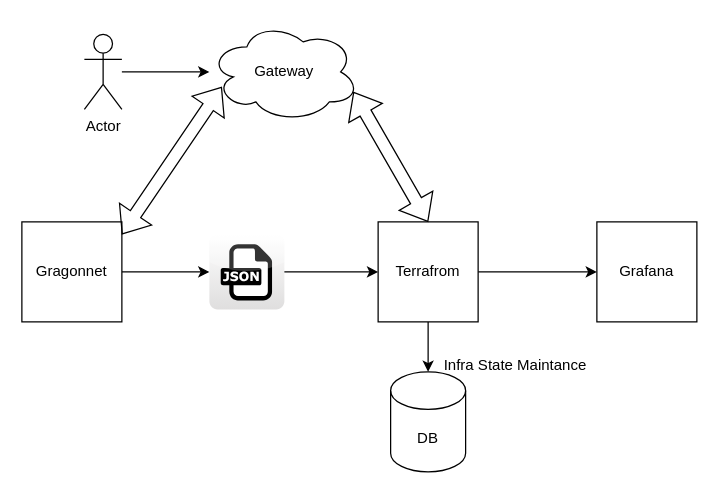
The draw.io diagram Untitled Diagram.drawio in wlwwu/moon.github.io, before the edit. Source tidied: cells renumbered, new cells numbered last; positions are measured from the earlier drawing's top-left corner, leaving out a move shared by most shapes. Both pictures are drawn from the tidied source at 125%, with x=0, y=0 at pixel (21, 21).
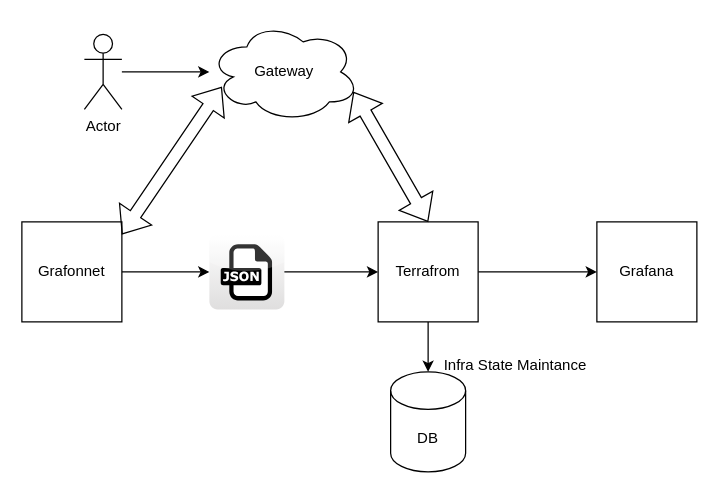
The same diagram, later.

Diff of the diagram source:
```diff
@@
 <mxGraphModel>
   <root>
     <mxCell id="0" />
     <mxCell id="1" parent="0" />
     <mxCell id="2" value="Grafana" style="whiteSpace=wrap;html=1;" parent="1" vertex="1">
       <mxGeometry x="460" y="160" width="80" height="80" as="geometry" />
     </mxCell>
     <mxCell id="3" style="edgeStyle=orthogonalEdgeStyle;rounded=0;jettySize=auto;html=1;" parent="1" edge="1" source="4" target="5">
       <mxGeometry relative="1" as="geometry" />
     </mxCell>
-    <mxCell id="4" value="Gragonnet" style="whiteSpace=wrap;html=1;" parent="1" vertex="1">
+    <mxCell id="4" value="Grafonnet" style="whiteSpace=wrap;html=1;" parent="1" vertex="1">
       <mxGeometry y="160" width="80" height="80" as="geometry" />
     </mxCell>
     <mxCell id="5" style="dashed=0;outlineConnect=0;html=1;align=center;labelPosition=center;verticalLabelPosition=bottom;verticalAlign=top;shape=mxgraph.webicons.json;gradientColor=#DFDEDE;" parent="1" vertex="1">
       <mxGeometry x="150" y="170" width="60" height="60" as="geometry" />
     </mxCell>
     <mxCell id="6" style="edgeStyle=orthogonalEdgeStyle;rounded=0;jettySize=auto;html=1;entryX=0;entryY=0.5;entryDx=0;entryDy=0;" parent="1" edge="1" source="8" target="2">
       <mxGeometry relative="1" as="geometry" />
     </mxCell>
     <mxCell id="7" style="edgeStyle=orthogonalEdgeStyle;rounded=0;jettySize=auto;html=1;exitX=0.5;exitY=1;exitDx=0;exitDy=0;entryX=0.5;entryY=0;entryDx=0;entryDy=0;entryPerimeter=0;" parent="1" edge="1" source="8" target="15">
       <mxGeometry relative="1" as="geometry" />
     </mxCell>
     <mxCell id="8" value="Terrafrom" style="whiteSpace=wrap;html=1;" parent="1" vertex="1">
       <mxGeometry x="285" y="160" width="80" height="80" as="geometry" />
     </mxCell>
     <mxCell id="9" style="endArrow=classic;html=1;rounded=0;entryX=0;entryY=0.5;entryDx=0;entryDy=0;" parent="1" edge="1" source="5" target="8">
       <mxGeometry relative="1" as="geometry" />
     </mxCell>
     <mxCell id="10" value="Gateway" style="ellipse;shape=cloud;whiteSpace=wrap;html=1;" parent="1" vertex="1">
       <mxGeometry x="150" width="120" height="80" as="geometry" />
     </mxCell>
     <mxCell id="11" style="edgeStyle=orthogonalEdgeStyle;rounded=0;jettySize=auto;html=1;" parent="1" edge="1" source="12" target="10">
       <mxGeometry relative="1" as="geometry" />
     </mxCell>
     <mxCell id="12" value="Actor" style="shape=umlActor;verticalLabelPosition=bottom;verticalAlign=top;html=1;outlineConnect=0;" parent="1" vertex="1">
       <mxGeometry x="50" y="10" width="30" height="60" as="geometry" />
     </mxCell>
     <mxCell id="13" style="shape=flexArrow;endArrow=classic;startArrow=classic;html=1;rounded=0;entryX=0.083;entryY=0.65;entryDx=0;entryDy=0;entryPerimeter=0;" parent="1" edge="1" target="10">
       <mxGeometry relative="1" as="geometry">
         <mxPoint x="80" y="170" as="sourcePoint" />
       </mxGeometry>
     </mxCell>
     <mxCell id="14" style="shape=flexArrow;endArrow=classic;startArrow=classic;html=1;rounded=0;entryX=0.5;entryY=0;entryDx=0;entryDy=0;exitX=0.96;exitY=0.7;exitDx=0;exitDy=0;exitPerimeter=0;" parent="1" edge="1" source="10" target="8">
       <mxGeometry relative="1" as="geometry" />
     </mxCell>
     <mxCell id="15" value="DB" style="shape=cylinder3;whiteSpace=wrap;html=1;boundedLbl=1;backgroundOutline=1;size=15;" parent="1" vertex="1">
       <mxGeometry x="295" y="280" width="60" height="80" as="geometry" />
     </mxCell>
     <mxCell id="16" value="Infra State Maintance" style="text;html=1;strokeColor=none;fillColor=none;align=center;verticalAlign=middle;whiteSpace=wrap;rounded=0;" parent="1" vertex="1">
       <mxGeometry x="320" y="260" width="150" height="30" as="geometry" />
     </mxCell>
   </root>
 </mxGraphModel>
```
